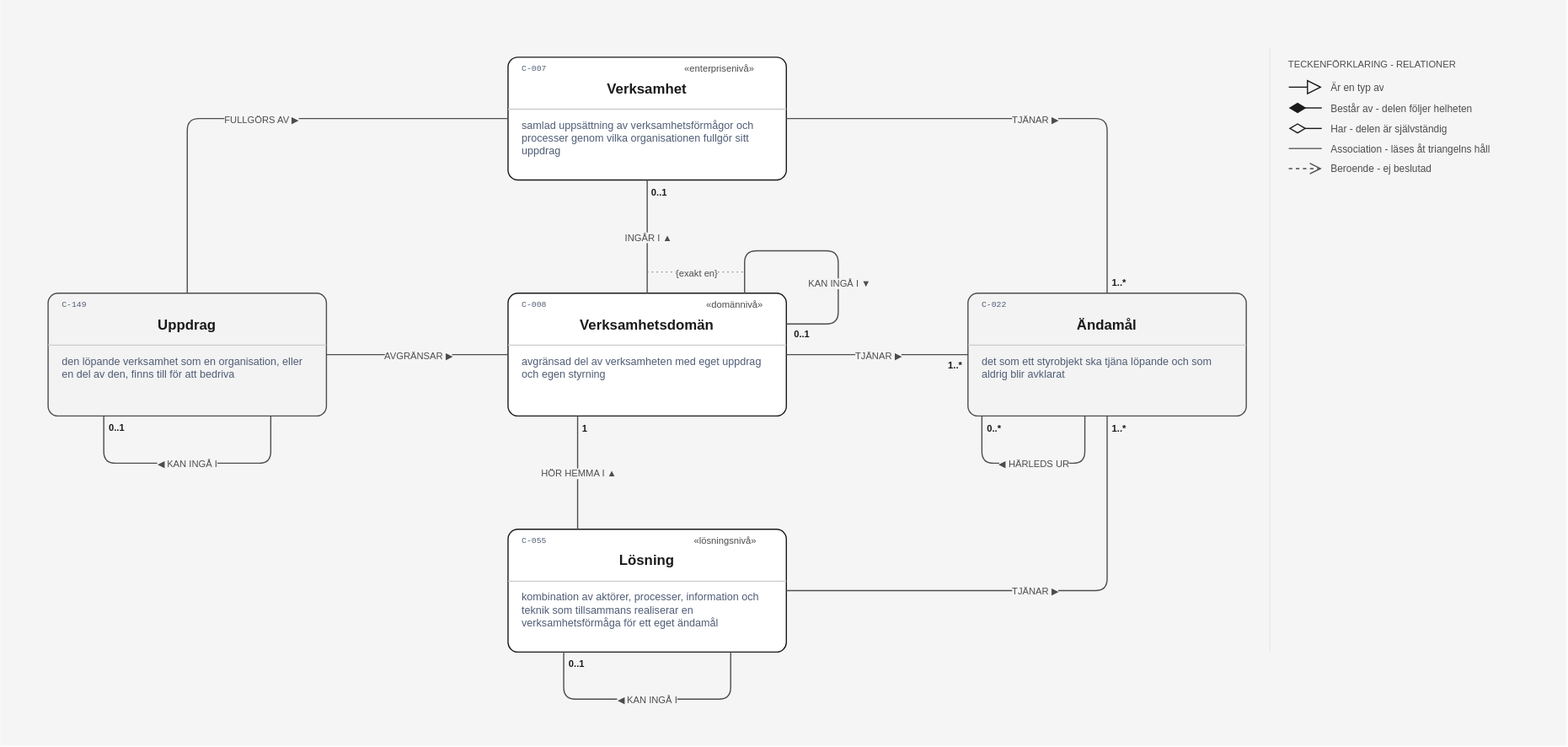
nickdin/gestaltadet-katalog keeps this draw.io diagram as layout/Arkitektur/Arkitekturnivå.drawio.svg. Above is the earlier version. Source tidied: cells renumbered, new cells last; positions are measured from the earlier drawing's top-left corner, leaving out a move shared by most shapes.
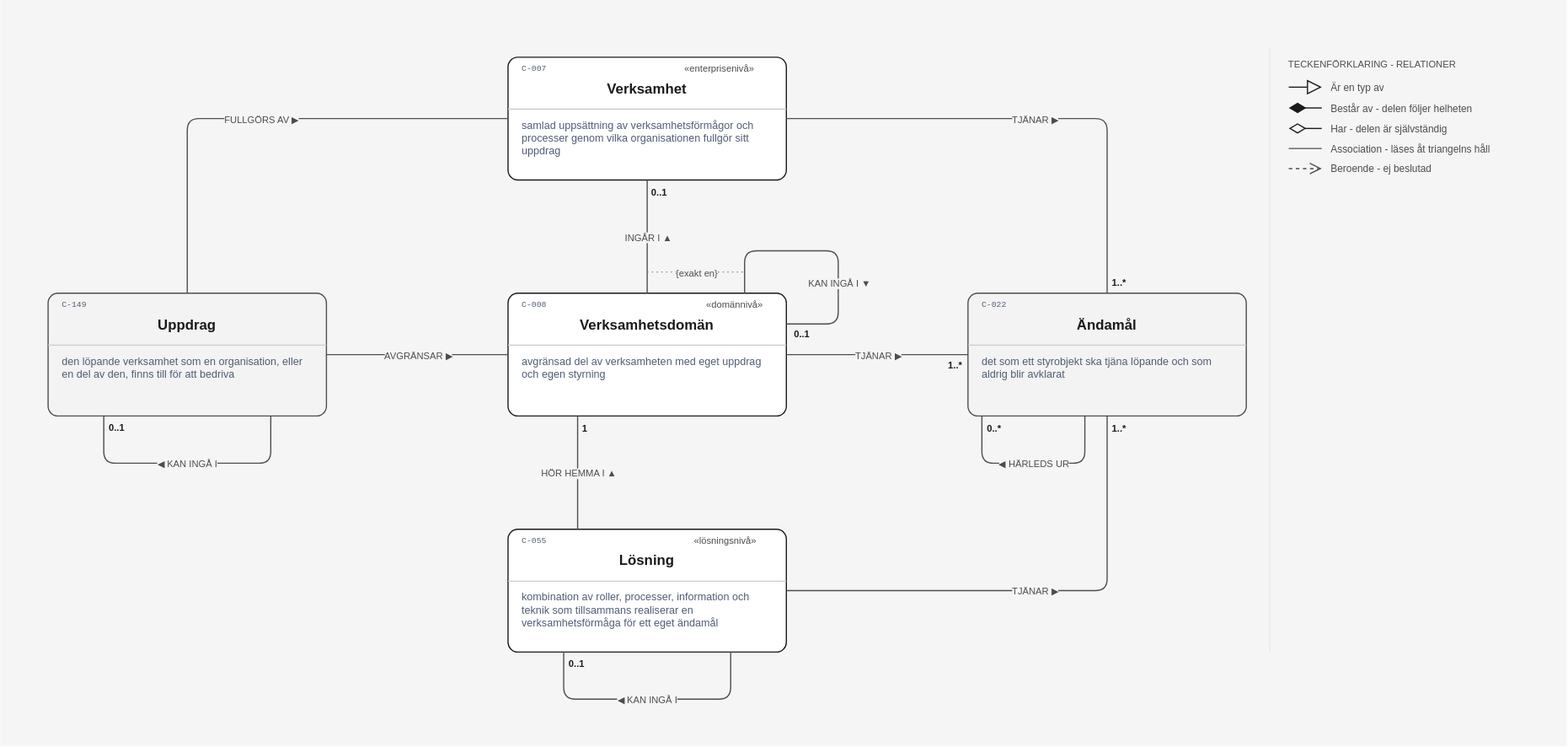
After the change.

Commit message:
Ritningen Arkitekturnivå: 1 definitionstext ändrad, Lösning (C-055), inga pilar ändrade, Ticket #183

Claude-Session: https://claude.ai/code/session_014hgawK7ATpaCj7Z6dFRSFg

The edit, as a diff of the source:
```diff
@@ -74,7 +74,7 @@
     <mxCell id="22" value="C-055" style="text;html=1;strokeColor=none;fillColor=none;align=left;verticalAlign=middle;whiteSpace=wrap;overflow=hidden;fontFamily=Courier New;fontSize=7;fontColor=#4f5d75;spacing=0;" parent="17" vertex="1">
       <mxGeometry x="12" y="5" width="60" height="10" as="geometry" />
     </mxCell>
-    <mxCell id="23" value="kombination av aktörer, processer, information och teknik som tillsammans realiserar en verksamhetsförmåga för ett eget ändamål" style="text;html=1;strokeColor=none;fillColor=none;align=left;verticalAlign=top;whiteSpace=wrap;overflow=hidden;fontFamily=Helvetica;fontSize=9;fontColor=#4f5d75;spacing=0;spacingTop=0;" parent="17" vertex="1">
+    <mxCell id="23" value="kombination av roller, processer, information och teknik som tillsammans realiserar en verksamhetsförmåga för ett eget ändamål" style="text;html=1;strokeColor=none;fillColor=none;align=left;verticalAlign=top;whiteSpace=wrap;overflow=hidden;fontFamily=Helvetica;fontSize=9;fontColor=#4f5d75;spacing=0;spacingTop=0;" parent="17" vertex="1">
       <mxGeometry x="12" y="48" width="212" height="37" as="geometry" />
     </mxCell>
     <mxCell id="24" style="group;" parent="1" vertex="1">
```
